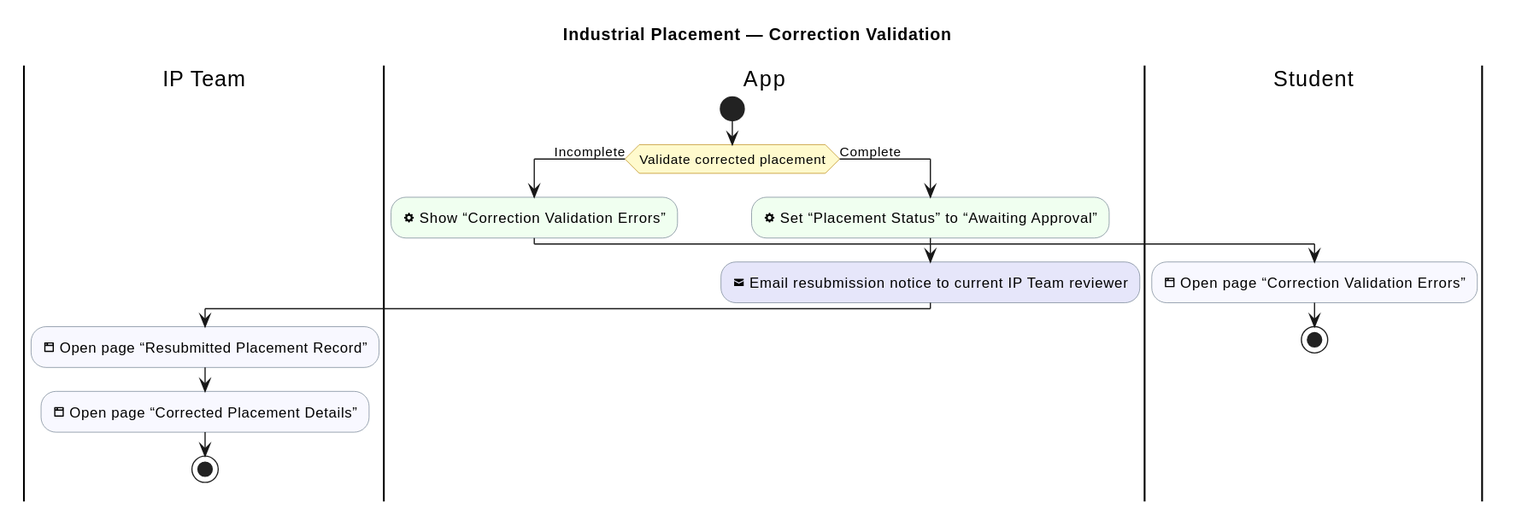
Earlier version of the PlantUML export industrial-placement-group-project/diagrams/industrial-placement/correction-validation.svg (sdflkjssl/sdflkjssl.github.io).
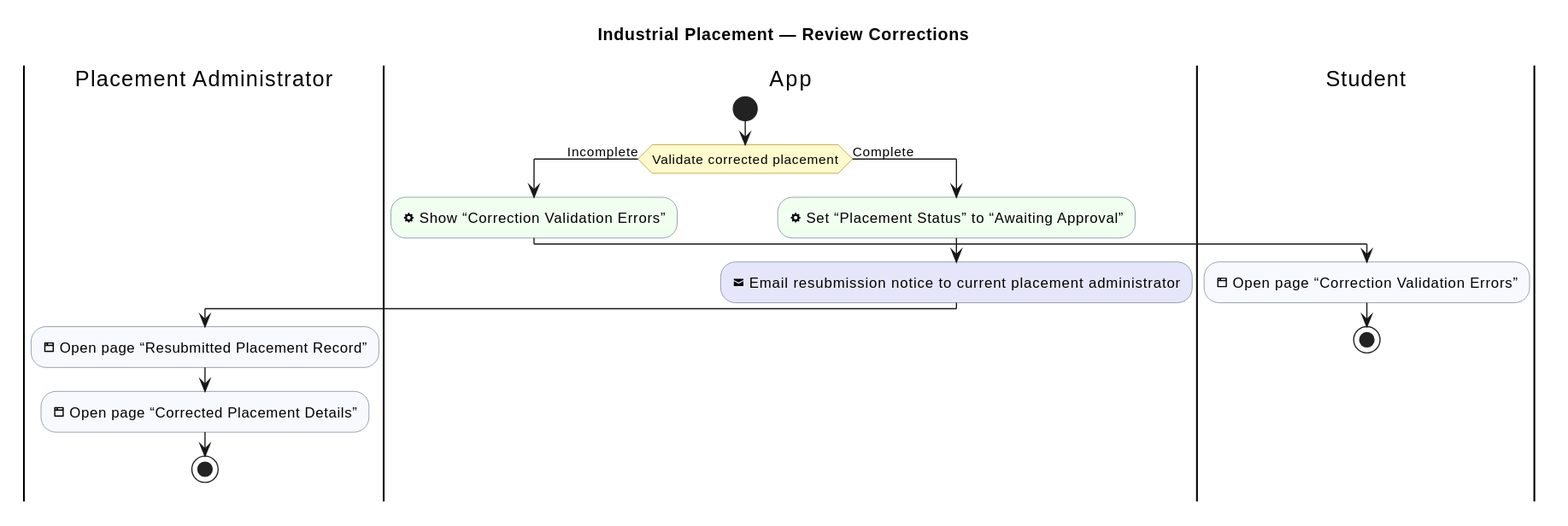
Above is the later version.

The edit, as a diff of the source:
```diff
@@ -1,13 +1,13 @@
 @startuml
 !pragma layout smetana
-title Industrial Placement — Correction Validation
+title Industrial Placement — Review Corrections
 skinparam shadowing false
 skinparam activityBackgroundColor GhostWhite
 skinparam activityBorderColor SlateGray
 skinparam activityDiamondBackgroundColor LemonChiffon
 skinparam activityDiamondBorderColor DarkGoldenRod
 
-|IP Team|
+|Placement Administrator|
 |App|
 |Student|
 
@@ -21,8 +21,8 @@
 else (Complete)
   |App|
   :<&cog> Set “Placement Status” to “Awaiting Approval”; <<#HoneyDew>>
-  :<&envelope-closed> Email resubmission notice to current IP Team reviewer; <<#Lavender>>
-  |IP Team|
+  :<&envelope-closed> Email resubmission notice to current placement administrator; <<#Lavender>>
+  |Placement Administrator|
   :<&browser> Open page “Resubmitted Placement Record”; <<#GhostWhite>>
   :<&browser> Open page “Corrected Placement Details”; <<#GhostWhite>>
   stop
```
